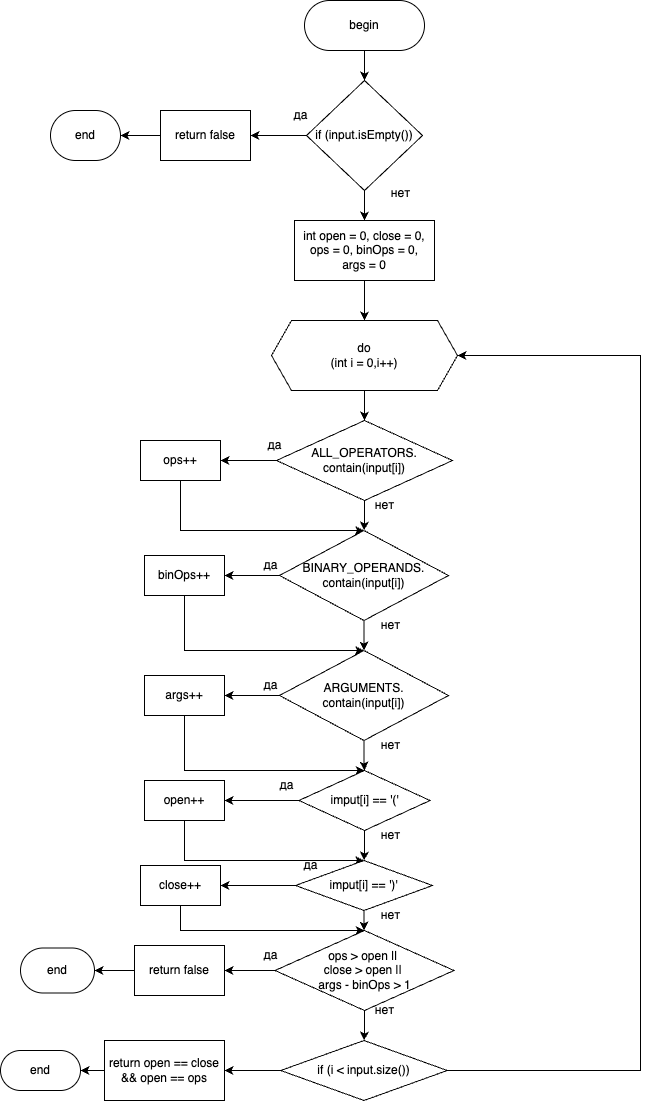
The draw.io diagram LabsLOIS/FirstLab/schemes/validate.png in L1x0/LabsBSUIR, before a commit. Source tidied: cells renumbered, new cells last; positions are measured from the earlier drawing's top-left corner, leaving out a move shared by most shapes.
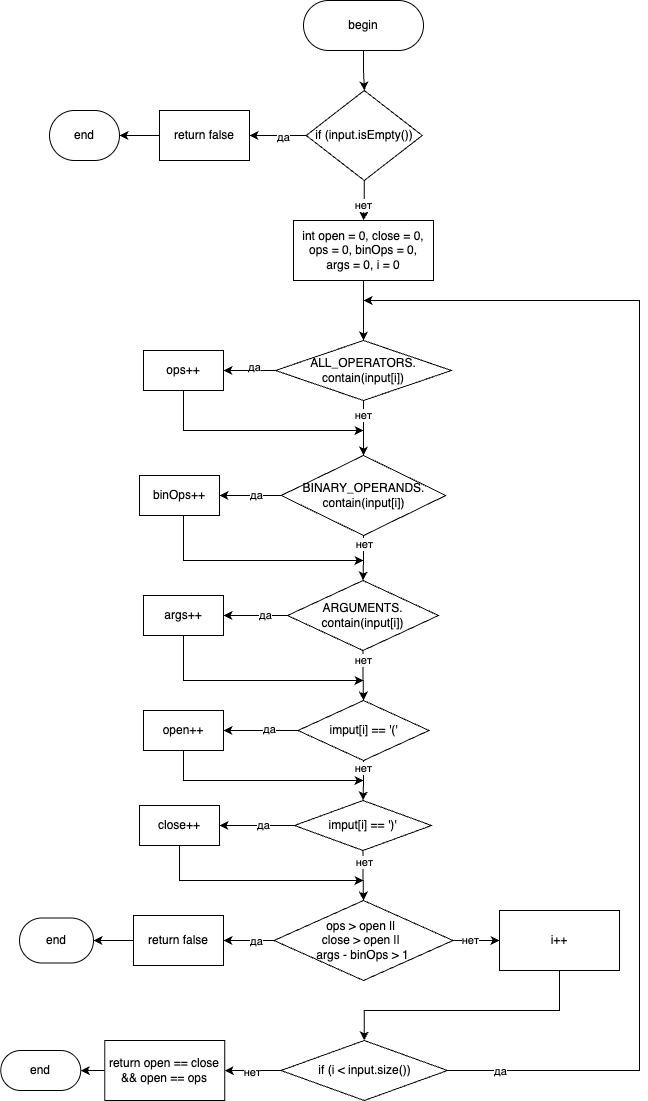
After the commit.

The edit, as a diff of the source:
```diff
@@ -15,2 +15,5 @@
     </mxCell>
+    <mxCell id="65" value="да" style="edgeLabel;html=1;align=center;verticalAlign=middle;" parent="4" vertex="1">
+      <mxGeometry x="-0.17" y="2" relative="1" as="geometry" />
+    </mxCell>
     <mxCell id="5" style="edgeStyle=orthogonalEdgeStyle;rounded=0;jettySize=auto;html=1;" parent="1" edge="1" source="6" target="13">
@@ -18,4 +21,7 @@
     </mxCell>
+    <mxCell id="66" value="нет" style="edgeLabel;html=1;align=center;verticalAlign=middle;" parent="5" vertex="1">
+      <mxGeometry x="0.22" relative="1" as="geometry" />
+    </mxCell>
     <mxCell id="6" value="if (input.isEmpty())" style="rhombus;whiteSpace=wrap;html=1;" parent="1" vertex="1">
-      <mxGeometry x="306" y="80" width="116" height="110" as="geometry" />
+      <mxGeometry x="306.8" y="90" width="116" height="90" as="geometry" />
     </mxCell>
@@ -30,20 +36,8 @@
     </mxCell>
-    <mxCell id="10" value="да" style="text;html=1;align=center;verticalAlign=middle;strokeColor=none;fillColor=none;" parent="1" vertex="1">
-      <mxGeometry x="280" y="100" width="40" height="30" as="geometry" />
-    </mxCell>
-    <mxCell id="11" value="нет" style="text;html=1;align=center;verticalAlign=middle;strokeColor=none;fillColor=none;" parent="1" vertex="1">
-      <mxGeometry x="380" y="178" width="40" height="30" as="geometry" />
-    </mxCell>
-    <mxCell id="12" style="edgeStyle=orthogonalEdgeStyle;rounded=0;jettySize=auto;html=1;" parent="1" edge="1" source="13" target="15">
+    <mxCell id="12" style="edgeStyle=orthogonalEdgeStyle;rounded=0;jettySize=auto;html=1;" parent="1" edge="1" source="13" target="18">
       <mxGeometry relative="1" as="geometry" />
     </mxCell>
-    <mxCell id="13" value="int open = 0, close = 0,&lt;div&gt;ops = 0, binOps = 0,&lt;br&gt;args = 0&lt;/div&gt;" style="rounded=0;whiteSpace=wrap;html=1;" parent="1" vertex="1">
+    <mxCell id="13" value="int open = 0, close = 0,&lt;div&gt;ops = 0, binOps = 0,&lt;br&gt;args = 0, i = 0&lt;/div&gt;" style="rounded=0;whiteSpace=wrap;html=1;" parent="1" vertex="1">
       <mxGeometry x="294" y="220" width="140" height="60" as="geometry" />
     </mxCell>
-    <mxCell id="14" style="edgeStyle=orthogonalEdgeStyle;rounded=0;jettySize=auto;html=1;" parent="1" edge="1" source="15" target="18">
-      <mxGeometry relative="1" as="geometry" />
-    </mxCell>
-    <mxCell id="15" value="do&lt;div&gt;(int i = 0,i++)&lt;/div&gt;" style="shape=hexagon;perimeter=hexagonPerimeter2;whiteSpace=wrap;html=1;fixedSize=1;" parent="1" vertex="1">
-      <mxGeometry x="271" y="320" width="186" height="70" as="geometry" />
-    </mxCell>
     <mxCell id="16" style="edgeStyle=orthogonalEdgeStyle;rounded=0;jettySize=auto;html=1;entryX=1;entryY=0.5;entryDx=0;entryDy=0;" parent="1" edge="1" source="18" target="22">
@@ -51,18 +45,20 @@
     </mxCell>
+    <mxCell id="67" value="да" style="edgeLabel;html=1;align=center;verticalAlign=middle;" parent="16" vertex="1">
+      <mxGeometry x="-0.15" y="-3" relative="1" as="geometry" />
+    </mxCell>
-    <mxCell id="17" style="edgeStyle=orthogonalEdgeStyle;rounded=0;jettySize=auto;html=1;" parent="1" edge="1" source="18" target="25">
+    <mxCell id="17" style="edgeStyle=orthogonalEdgeStyle;rounded=0;jettySize=auto;html=1;entryX=0.5;entryY=0;entryDx=0;entryDy=0;" parent="1" edge="1" source="18" target="25">
       <mxGeometry relative="1" as="geometry" />
     </mxCell>
+    <mxCell id="68" value="нет" style="edgeLabel;html=1;align=center;verticalAlign=middle;" parent="17" vertex="1">
+      <mxGeometry x="-0.47" relative="1" as="geometry" />
+    </mxCell>
     <mxCell id="18" value="ALL_OPERATORS.&lt;div&gt;contain(input[i])&lt;/div&gt;" style="rhombus;whiteSpace=wrap;html=1;" parent="1" vertex="1">
-      <mxGeometry x="276" y="420" width="176" height="80" as="geometry" />
+      <mxGeometry x="276" y="340" width="176" height="60" as="geometry" />
     </mxCell>
-    <mxCell id="19" value="да" style="text;html=1;align=center;verticalAlign=middle;strokeColor=none;fillColor=none;" parent="1" vertex="1">
-      <mxGeometry x="254" y="430" width="40" height="30" as="geometry" />
-    </mxCell>
-    <mxCell id="20" value="нет" style="text;html=1;align=center;verticalAlign=middle;strokeColor=none;fillColor=none;" parent="1" vertex="1">
-      <mxGeometry x="364" y="490" width="40" height="30" as="geometry" />
-    </mxCell>
-    <mxCell id="21" style="edgeStyle=orthogonalEdgeStyle;rounded=0;jettySize=auto;html=1;entryX=0.5;entryY=0;entryDx=0;entryDy=0;" parent="1" edge="1" source="22" target="25">
+    <mxCell id="21" style="edgeStyle=orthogonalEdgeStyle;rounded=0;jettySize=auto;html=1;" parent="1" edge="1" source="22">
       <mxGeometry relative="1" as="geometry">
+        <mxPoint x="364" y="430" as="targetPoint" />
         <Array as="points">
-          <mxPoint x="180" y="530" />
+          <mxPoint x="184" y="430" />
+          <mxPoint x="364" y="430" />
         </Array>
@@ -71,3 +67,3 @@
     <mxCell id="22" value="ops++" style="rounded=0;whiteSpace=wrap;html=1;" parent="1" vertex="1">
-      <mxGeometry x="140" y="440" width="80" height="40" as="geometry" />
+      <mxGeometry x="144" y="350" width="80" height="40" as="geometry" />
     </mxCell>
@@ -76,2 +72,5 @@
     </mxCell>
+    <mxCell id="69" value="да" style="edgeLabel;html=1;align=center;verticalAlign=middle;" parent="23" vertex="1">
+      <mxGeometry x="-0.2" relative="1" as="geometry" />
+    </mxCell>
     <mxCell id="24" style="edgeStyle=orthogonalEdgeStyle;rounded=0;jettySize=auto;html=1;entryX=0.5;entryY=0;entryDx=0;entryDy=0;" parent="1" edge="1" source="25" target="32">
@@ -79,9 +78,14 @@
     </mxCell>
+    <mxCell id="70" value="нет" style="edgeLabel;html=1;align=center;verticalAlign=middle;" parent="24" vertex="1">
+      <mxGeometry x="-0.6" y="1" relative="1" as="geometry" />
+    </mxCell>
     <mxCell id="25" value="BINARY_OPERANDS.&lt;div&gt;contain(input[i])&lt;/div&gt;" style="rhombus;whiteSpace=wrap;html=1;" parent="1" vertex="1">
-      <mxGeometry x="279" y="530" width="169" height="90" as="geometry" />
+      <mxGeometry x="281.8" y="455" width="164.5" height="80" as="geometry" />
     </mxCell>
-    <mxCell id="26" style="edgeStyle=orthogonalEdgeStyle;rounded=0;jettySize=auto;html=1;entryX=0.5;entryY=0;entryDx=0;entryDy=0;" parent="1" edge="1" source="27" target="32">
+    <mxCell id="26" style="edgeStyle=orthogonalEdgeStyle;rounded=0;jettySize=auto;html=1;" parent="1" edge="1" source="27">
       <mxGeometry relative="1" as="geometry">
+        <mxPoint x="364" y="560" as="targetPoint" />
         <Array as="points">
-          <mxPoint x="184" y="650" />
+          <mxPoint x="184" y="560" />
+          <mxPoint x="364" y="560" />
         </Array>
@@ -90,10 +94,4 @@
     <mxCell id="27" value="binOps++" style="rounded=0;whiteSpace=wrap;html=1;" parent="1" vertex="1">
-      <mxGeometry x="144" y="555" width="80" height="40" as="geometry" />
+      <mxGeometry x="140" y="475" width="80" height="40" as="geometry" />
     </mxCell>
-    <mxCell id="28" value="да" style="text;html=1;align=center;verticalAlign=middle;strokeColor=none;fillColor=none;" parent="1" vertex="1">
-      <mxGeometry x="250" y="550" width="40" height="30" as="geometry" />
-    </mxCell>
-    <mxCell id="29" value="нет" style="text;html=1;align=center;verticalAlign=middle;strokeColor=none;fillColor=none;" parent="1" vertex="1">
-      <mxGeometry x="370" y="610" width="40" height="30" as="geometry" />
-    </mxCell>
     <mxCell id="30" style="edgeStyle=orthogonalEdgeStyle;rounded=0;jettySize=auto;html=1;entryX=1;entryY=0.5;entryDx=0;entryDy=0;" parent="1" edge="1" source="32" target="34">
@@ -101,12 +99,16 @@
     </mxCell>
+    <mxCell id="71" value="да" style="edgeLabel;html=1;align=center;verticalAlign=middle;" parent="30" vertex="1">
+      <mxGeometry x="-0.31" relative="1" as="geometry" />
+    </mxCell>
-    <mxCell id="31" style="edgeStyle=orthogonalEdgeStyle;rounded=0;jettySize=auto;html=1;" parent="1" edge="1" source="32" target="39">
-      <mxGeometry relative="1" as="geometry" />
+    <mxCell id="31" value="нет" style="edgeStyle=orthogonalEdgeStyle;rounded=0;jettySize=auto;html=1;" parent="1" edge="1" source="32" target="39">
+      <mxGeometry x="-0.6" relative="1" as="geometry" />
     </mxCell>
     <mxCell id="32" value="ARGUMENTS.&lt;div&gt;contain(input[i])&lt;/div&gt;" style="rhombus;whiteSpace=wrap;html=1;" parent="1" vertex="1">
-      <mxGeometry x="279" y="650" width="169" height="90" as="geometry" />
+      <mxGeometry x="288" y="580" width="151" height="70" as="geometry" />
     </mxCell>
-    <mxCell id="33" style="edgeStyle=orthogonalEdgeStyle;rounded=0;jettySize=auto;html=1;" parent="1" edge="1" source="34" target="39">
+    <mxCell id="33" style="edgeStyle=orthogonalEdgeStyle;rounded=0;jettySize=auto;html=1;" parent="1" edge="1" source="34">
       <mxGeometry relative="1" as="geometry">
+        <mxPoint x="364" y="680" as="targetPoint" />
         <Array as="points">
-          <mxPoint x="184" y="770" />
+          <mxPoint x="184" y="680" />
         </Array>
@@ -115,10 +117,4 @@
     <mxCell id="34" value="args&lt;span style=&quot;color: rgba(0, 0, 0, 0); font-family: monospace; font-size: 0px; text-align: start; text-wrap-mode: nowrap;&quot;&gt;%3CmxGraphModel%3E%3Croot%3E%3CmxCell%20id%3D%220%22%2F%3E%3CmxCell%20id%3D%221%22%20parent%3D%220%22%2F%3E%3CmxCell%20id%3D%222%22%20style%3D%22edgeStyle%3DorthogonalEdgeStyle%3Brounded%3D0%3BorthogonalLoop%3D1%3BjettySize%3Dauto%3Bhtml%3D1%3B%22%20edge%3D%221%22%20target%3D%224%22%20parent%3D%221%22%3E%3CmxGeometry%20relative%3D%221%22%20as%3D%22geometry%22%3E%3CmxPoint%20x%3D%22414%22%20y%3D%22530%22%20as%3D%22sourcePoint%22%2F%3E%3C%2FmxGeometry%3E%3C%2FmxCell%3E%3CmxCell%20id%3D%223%22%20style%3D%22edgeStyle%3DorthogonalEdgeStyle%3Brounded%3D0%3BorthogonalLoop%3D1%3BjettySize%3Dauto%3Bhtml%3D1%3BentryX%3D1%3BentryY%3D0.5%3BentryDx%3D0%3BentryDy%3D0%3B%22%20edge%3D%221%22%20source%3D%224%22%20target%3D%225%22%20parent%3D%221%22%3E%3CmxGeometry%20relative%3D%221%22%20as%3D%22geometry%22%2F%3E%3C%2FmxCell%3E%3CmxCell%20id%3D%224%22%20value%3D%22BINARY_OPERANDS.%26lt%3Bdiv%26gt%3Bcontain(input%5Bi%5D)%26lt%3B%2Fdiv%26gt%3B%22%20style%3D%22rhombus%3BwhiteSpace%3Dwrap%3Bhtml%3D1%3B%22%20vertex%3D%221%22%20parent%3D%221%22%3E%3CmxGeometry%20x%3D%22329%22%20y%3D%22560%22%20width%3D%22169%22%20height%3D%2290%22%20as%3D%22geometry%22%2F%3E%3C%2FmxCell%3E%3CmxCell%20id%3D%225%22%20value%3D%22binOps%2B%2B%22%20style%3D%22rounded%3D0%3BwhiteSpace%3Dwrap%3Bhtml%3D1%3B%22%20vertex%3D%221%22%20parent%3D%221%22%3E%3CmxGeometry%20x%3D%22194%22%20y%3D%22585%22%20width%3D%2280%22%20height%3D%2240%22%20as%3D%22geometry%22%2F%3E%3C%2FmxCell%3E%3CmxCell%20id%3D%226%22%20value%3D%22%D0%B4%D0%B0%22%20style%3D%22text%3Bhtml%3D1%3Balign%3Dcenter%3BverticalAlign%3Dmiddle%3Bresizable%3D0%3Bpoints%3D%5B%5D%3Bautosize%3D1%3BstrokeColor%3Dnone%3BfillColor%3Dnone%3B%22%20vertex%3D%221%22%20parent%3D%221%22%3E%3CmxGeometry%20x%3D%22300%22%20y%3D%22580%22%20width%3D%2240%22%20height%3D%2230%22%20as%3D%22geometry%22%2F%3E%3C%2FmxCell%3E%3CmxCell%20id%3D%227%22%20value%3D%22%D0%BD%D0%B5%D1%82%22%20style%3D%22text%3Bhtml%3D1%3Balign%3Dcenter%3BverticalAlign%3Dmiddle%3Bresizable%3D0%3Bpoints%3D%5B%5D%3Bautosize%3D1%3BstrokeColor%3Dnone%3BfillColor%3Dnone%3B%22%20vertex%3D%221%22%20parent%3D%221%22%3E%3CmxGeometry%20x%3D%22420%22%20y%3D%22640%22%20width%3D%2240%22%20height%3D%2230%22%20as%3D%22geometry%22%2F%3E%3C%2FmxCell%3E%3C%2Froot%3E%3C%2FmxGraphModel%3E&lt;/span&gt;++" style="rounded=0;whiteSpace=wrap;html=1;" parent="1" vertex="1">
-      <mxGeometry x="144" y="675" width="80" height="40" as="geometry" />
+      <mxGeometry x="144" y="595" width="80" height="40" as="geometry" />
     </mxCell>
-    <mxCell id="35" value="да" style="text;html=1;align=center;verticalAlign=middle;strokeColor=none;fillColor=none;" parent="1" vertex="1">
-      <mxGeometry x="250" y="670" width="40" height="30" as="geometry" />
-    </mxCell>
-    <mxCell id="36" value="нет" style="text;html=1;align=center;verticalAlign=middle;strokeColor=none;fillColor=none;" parent="1" vertex="1">
-      <mxGeometry x="370" y="730" width="40" height="30" as="geometry" />
-    </mxCell>
     <mxCell id="37" style="edgeStyle=orthogonalEdgeStyle;rounded=0;jettySize=auto;html=1;entryX=1;entryY=0.5;entryDx=0;entryDy=0;" parent="1" edge="1" source="39" target="41">
@@ -126,2 +122,5 @@
     </mxCell>
+    <mxCell id="72" value="да" style="edgeLabel;html=1;align=center;verticalAlign=middle;" parent="37" vertex="1">
+      <mxGeometry x="-0.24" y="-1" relative="1" as="geometry" />
+    </mxCell>
     <mxCell id="38" style="edgeStyle=orthogonalEdgeStyle;rounded=0;jettySize=auto;html=1;" parent="1" edge="1" source="39" target="46">
@@ -129,9 +128,13 @@
     </mxCell>
+    <mxCell id="73" value="нет" style="edgeLabel;html=1;align=center;verticalAlign=middle;" parent="38" vertex="1">
+      <mxGeometry x="-0.6" relative="1" as="geometry" />
+    </mxCell>
     <mxCell id="39" value="imput[i] == '('" style="rhombus;whiteSpace=wrap;html=1;" parent="1" vertex="1">
-      <mxGeometry x="298.5" y="770" width="131" height="60" as="geometry" />
+      <mxGeometry x="298.5" y="700" width="131" height="60" as="geometry" />
     </mxCell>
-    <mxCell id="40" style="edgeStyle=orthogonalEdgeStyle;rounded=0;jettySize=auto;html=1;" parent="1" edge="1" source="41" target="46">
+    <mxCell id="40" style="edgeStyle=orthogonalEdgeStyle;rounded=0;jettySize=auto;html=1;" parent="1" edge="1" source="41">
       <mxGeometry relative="1" as="geometry">
+        <mxPoint x="364" y="780" as="targetPoint" />
         <Array as="points">
-          <mxPoint x="184" y="860" />
+          <mxPoint x="184" y="780" />
         </Array>
@@ -140,10 +143,4 @@
     <mxCell id="41" value="open++" style="rounded=0;whiteSpace=wrap;html=1;" parent="1" vertex="1">
-      <mxGeometry x="144" y="780" width="80" height="40" as="geometry" />
+      <mxGeometry x="144" y="710" width="80" height="40" as="geometry" />
     </mxCell>
-    <mxCell id="42" value="да" style="text;html=1;align=center;verticalAlign=middle;strokeColor=none;fillColor=none;" parent="1" vertex="1">
-      <mxGeometry x="266" y="770" width="40" height="30" as="geometry" />
-    </mxCell>
-    <mxCell id="43" value="нет" style="text;html=1;align=center;verticalAlign=middle;strokeColor=none;fillColor=none;" parent="1" vertex="1">
-      <mxGeometry x="370" y="820" width="40" height="30" as="geometry" />
-    </mxCell>
     <mxCell id="44" style="edgeStyle=orthogonalEdgeStyle;rounded=0;jettySize=auto;html=1;entryX=1;entryY=0.5;entryDx=0;entryDy=0;" parent="1" edge="1" source="46" target="48">
@@ -151,2 +148,5 @@
     </mxCell>
+    <mxCell id="74" value="да" style="edgeLabel;html=1;align=center;verticalAlign=middle;" parent="44" vertex="1">
+      <mxGeometry x="-0.17" relative="1" as="geometry" />
+    </mxCell>
     <mxCell id="45" style="edgeStyle=orthogonalEdgeStyle;rounded=0;jettySize=auto;html=1;" parent="1" edge="1" source="46" target="52">
@@ -154,9 +154,13 @@
     </mxCell>
+    <mxCell id="75" value="нет" style="edgeLabel;html=1;align=center;verticalAlign=middle;" parent="45" vertex="1">
+      <mxGeometry x="-0.56" y="1" relative="1" as="geometry" />
+    </mxCell>
     <mxCell id="46" value="imput[i] == ')'" style="rhombus;whiteSpace=wrap;html=1;" parent="1" vertex="1">
-      <mxGeometry x="295" y="860" width="137" height="50" as="geometry" />
+      <mxGeometry x="295" y="800" width="137" height="50" as="geometry" />
     </mxCell>
-    <mxCell id="47" style="edgeStyle=orthogonalEdgeStyle;rounded=0;jettySize=auto;html=1;entryX=0.5;entryY=0;entryDx=0;entryDy=0;" parent="1" edge="1" source="48" target="52">
+    <mxCell id="47" style="edgeStyle=orthogonalEdgeStyle;rounded=0;jettySize=auto;html=1;" parent="1" edge="1" source="48">
       <mxGeometry relative="1" as="geometry">
+        <mxPoint x="364" y="880" as="targetPoint" />
         <Array as="points">
-          <mxPoint x="180" y="930" />
+          <mxPoint x="180" y="880" />
         </Array>
@@ -165,7 +169,4 @@
     <mxCell id="48" value="close++" style="rounded=0;whiteSpace=wrap;html=1;" parent="1" vertex="1">
-      <mxGeometry x="140" y="865" width="80" height="40" as="geometry" />
+      <mxGeometry x="140" y="805" width="80" height="40" as="geometry" />
     </mxCell>
-    <mxCell id="49" value="да" style="text;html=1;align=center;verticalAlign=middle;strokeColor=none;fillColor=none;" parent="1" vertex="1">
-      <mxGeometry x="290" y="850" width="40" height="30" as="geometry" />
-    </mxCell>
     <mxCell id="50" style="edgeStyle=orthogonalEdgeStyle;rounded=0;jettySize=auto;html=1;" parent="1" edge="1" source="52" target="54">
@@ -173,7 +174,17 @@
     </mxCell>
-    <mxCell id="51" style="edgeStyle=orthogonalEdgeStyle;rounded=0;jettySize=auto;html=1;entryX=0.5;entryY=0;entryDx=0;entryDy=0;" parent="1" edge="1" source="52" target="58">
-      <mxGeometry relative="1" as="geometry" />
-    </mxCell>
+    <mxCell id="76" value="да" style="edgeLabel;html=1;align=center;verticalAlign=middle;" parent="50" vertex="1">
+      <mxGeometry x="-0.23" y="1" relative="1" as="geometry">
+        <mxPoint x="1" as="offset" />
+      </mxGeometry>
+    </mxCell>
+    <mxCell id="77" style="edgeStyle=orthogonalEdgeStyle;rounded=0;jettySize=auto;html=1;" parent="1" edge="1" source="52" target="82">
+      <mxGeometry relative="1" as="geometry" />
+    </mxCell>
+    <mxCell id="78" value="нет" style="edgeLabel;html=1;align=center;verticalAlign=middle;" parent="77" vertex="1">
+      <mxGeometry x="-0.46" y="2" relative="1" as="geometry">
+        <mxPoint x="5" y="2" as="offset" />
+      </mxGeometry>
+    </mxCell>
     <mxCell id="52" value="ops &amp;gt; open ||&amp;nbsp;&lt;div&gt;close &amp;gt; open ||&amp;nbsp;&lt;/div&gt;&lt;div&gt;args - binOps &amp;gt; 1&lt;/div&gt;" style="rhombus;whiteSpace=wrap;html=1;" parent="1" vertex="1">
-      <mxGeometry x="274.5" y="930" width="179" height="80" as="geometry" />
+      <mxGeometry x="274.5" y="900" width="179" height="80" as="geometry" />
     </mxCell>
@@ -183,6 +194,6 @@
     <mxCell id="54" value="return false" style="rounded=0;whiteSpace=wrap;html=1;" parent="1" vertex="1">
-      <mxGeometry x="134" y="945" width="90" height="50" as="geometry" />
+      <mxGeometry x="134" y="915" width="90" height="50" as="geometry" />
     </mxCell>
     <mxCell id="55" value="end" style="rounded=1;whiteSpace=wrap;html=1;arcSize=50;" parent="1" vertex="1">
-      <mxGeometry x="20" y="947.5" width="74" height="45" as="geometry" />
+      <mxGeometry x="20" y="917.5" width="74" height="45" as="geometry" />
     </mxCell>
@@ -191,7 +202,12 @@
     </mxCell>
+    <mxCell id="79" value="нет" style="edgeLabel;html=1;align=center;verticalAlign=middle;" parent="56" vertex="1">
+      <mxGeometry x="0.01" y="2" relative="1" as="geometry" />
+    </mxCell>
-    <mxCell id="57" style="edgeStyle=orthogonalEdgeStyle;rounded=0;jettySize=auto;html=1;entryX=1;entryY=0.5;entryDx=0;entryDy=0;" parent="1" edge="1" source="58" target="15">
+    <mxCell id="57" style="edgeStyle=orthogonalEdgeStyle;rounded=0;jettySize=auto;html=1;" parent="1" edge="1" source="58">
       <mxGeometry relative="1" as="geometry">
+        <mxPoint x="364" y="300" as="targetPoint" />
         <Array as="points">
           <mxPoint x="640" y="1070" />
-          <mxPoint x="640" y="355" />
+          <mxPoint x="640" y="300" />
+          <mxPoint x="364" y="300" />
         </Array>
@@ -199,14 +215,8 @@
     </mxCell>
+    <mxCell id="80" value="да" style="edgeLabel;html=1;align=center;verticalAlign=middle;" parent="57" vertex="1">
+      <mxGeometry x="-0.91" y="-1" relative="1" as="geometry" />
+    </mxCell>
     <mxCell id="58" value="if (i &amp;lt; input.size())" style="rhombus;whiteSpace=wrap;html=1;" parent="1" vertex="1">
-      <mxGeometry x="280.2" y="1040" width="166.5" height="60" as="geometry" />
+      <mxGeometry x="281.5" y="1040" width="166.5" height="60" as="geometry" />
     </mxCell>
-    <mxCell id="59" value="да" style="text;html=1;align=center;verticalAlign=middle;strokeColor=none;fillColor=none;" parent="1" vertex="1">
-      <mxGeometry x="250" y="940" width="40" height="30" as="geometry" />
-    </mxCell>
-    <mxCell id="60" value="нет" style="text;html=1;align=center;verticalAlign=middle;strokeColor=none;fillColor=none;" parent="1" vertex="1">
-      <mxGeometry x="370" y="900" width="40" height="30" as="geometry" />
-    </mxCell>
-    <mxCell id="61" value="нет" style="text;html=1;align=center;verticalAlign=middle;strokeColor=none;fillColor=none;" parent="1" vertex="1">
-      <mxGeometry x="364" y="995" width="40" height="30" as="geometry" />
-    </mxCell>
     <mxCell id="62" style="edgeStyle=orthogonalEdgeStyle;rounded=0;jettySize=auto;html=1;" parent="1" edge="1" source="63" target="64">
@@ -215,7 +225,18 @@
     <mxCell id="63" value="return open == close &amp;amp;&amp;amp; open == ops" style="rounded=0;whiteSpace=wrap;html=1;" parent="1" vertex="1">
-      <mxGeometry x="104" y="1040" width="120" height="60" as="geometry" />
+      <mxGeometry x="105.2" y="1040" width="120" height="60" as="geometry" />
     </mxCell>
     <mxCell id="64" value="end" style="rounded=1;whiteSpace=wrap;html=1;arcSize=50;" parent="1" vertex="1">
-      <mxGeometry y="1050" width="80" height="40" as="geometry" />
+      <mxGeometry x="1.2" y="1050" width="80" height="40" as="geometry" />
     </mxCell>
+    <mxCell id="81" style="edgeStyle=orthogonalEdgeStyle;rounded=0;jettySize=auto;html=1;entryX=0.5;entryY=0;entryDx=0;entryDy=0;" parent="1" edge="1" source="82" target="58">
+      <mxGeometry relative="1" as="geometry">
+        <Array as="points">
+          <mxPoint x="560" y="1010" />
+          <mxPoint x="365" y="1010" />
+        </Array>
+      </mxGeometry>
+    </mxCell>
+    <mxCell id="82" value="i++" style="whiteSpace=wrap;html=1;" parent="1" vertex="1">
+      <mxGeometry x="500" y="910" width="120" height="60" as="geometry" />
+    </mxCell>
   </root>
```
